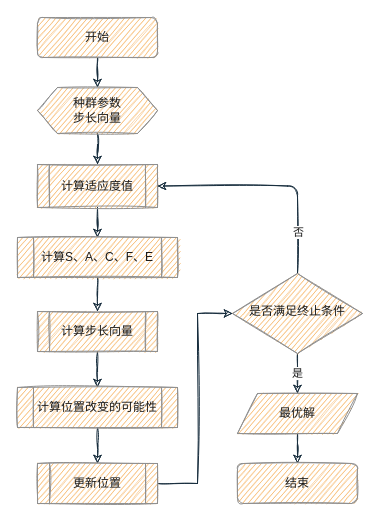
This is BDA.drawio from qn-wu/mall, a draw.io file, before an edit. Source tidied: cells renumbered, new cells numbered last; positions are measured from the earlier drawing's top-left corner, leaving out a move shared by most shapes. Both pictures are drawn from the tidied source at 100%, with x=0, y=0 at pixel (17, 17).
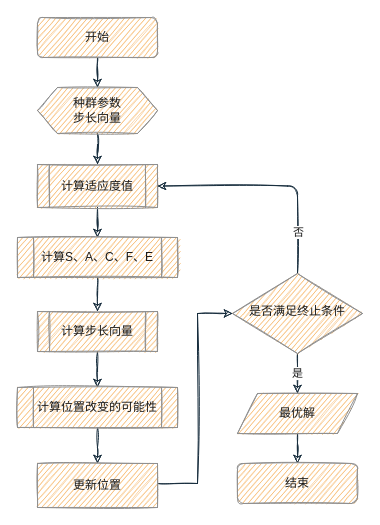
The same diagram, later.

The change refers to these unchanged cells:
```xml
<mxCell id="8" value="是否满足终止条件" style="rhombus;whiteSpace=wrap;html=1;shadow=0;fontFamily=Helvetica;fontSize=12;align=center;strokeWidth=1;spacing=6;spacingTop=-4;sketch=1;rounded=0;fillColor=#F5AB50;strokeColor=#909090;fontColor=#1A1A1A;" parent="1" vertex="1">
  <mxGeometry x="215" y="256" width="130" height="80" as="geometry" />
</mxCell>
<mxCell id="18" value="计算位置改变的可能性" style="shape=process;whiteSpace=wrap;html=1;backgroundOutline=1;sketch=1;rounded=0;fillColor=#F5AB50;strokeColor=#909090;fontColor=#1A1A1A;" parent="1" vertex="1">
  <mxGeometry y="370" width="160" height="40" as="geometry" />
</mxCell>
```

The edit, as a diff of the source:
```diff
@@
-    <mxCell id="17" style="edgeStyle=orthogonalEdgeStyle;rounded=0;jettySize=auto;html=1;sketch=1;labelBackgroundColor=#EEEEEE;strokeColor=#182E3E;fontColor=#1A1A1A;" parent="1" edge="1" source="18" target="20">
-      <mxGeometry relative="1" as="geometry" />
+    <mxCell id="17" style="edgeStyle=orthogonalEdgeStyle;rounded=0;jettySize=auto;html=1;sketch=1;labelBackgroundColor=#EEEEEE;strokeColor=#182E3E;fontColor=#1A1A1A;" parent="1" edge="1" source="18">
+      <mxGeometry relative="1" as="geometry">
+        <mxPoint x="80" y="446" as="targetPoint" />
+      </mxGeometry>
     </mxCell>
@@
-    <mxCell id="19" style="edgeStyle=orthogonalEdgeStyle;rounded=0;jettySize=auto;html=1;entryX=0;entryY=0.5;entryDx=0;entryDy=0;sketch=1;labelBackgroundColor=#EEEEEE;strokeColor=#182E3E;fontColor=#1A1A1A;" parent="1" edge="1" source="20" target="8">
+    <mxCell id="19" style="edgeStyle=orthogonalEdgeStyle;rounded=0;jettySize=auto;html=1;entryX=0;entryY=0.5;entryDx=0;entryDy=0;sketch=1;labelBackgroundColor=#EEEEEE;strokeColor=#182E3E;fontColor=#1A1A1A;" parent="1" edge="1" target="8">
       <mxGeometry relative="1" as="geometry">
+        <mxPoint x="140" y="466" as="sourcePoint" />
         <Array as="points">
           <mxPoint x="180" y="466" />
           <mxPoint x="180" y="296" />
         </Array>
       </mxGeometry>
     </mxCell>
-    <mxCell id="20" value="更新位置" style="shape=process;whiteSpace=wrap;html=1;backgroundOutline=1;sketch=1;rounded=0;fillColor=#F5AB50;strokeColor=#909090;fontColor=#1A1A1A;" parent="1" vertex="1">
-      <mxGeometry x="20" y="446" width="120" height="40" as="geometry" />
-    </mxCell>
@@
+    <mxCell id="20" value="更新位置" style="rounded=0;whiteSpace=wrap;html=1;sketch=1;fontColor=#1A1A1A;strokeColor=#909090;fillColor=#F5AB50;" parent="1" vertex="1">
+      <mxGeometry x="20" y="446" width="120" height="44" as="geometry" />
+    </mxCell>
```
